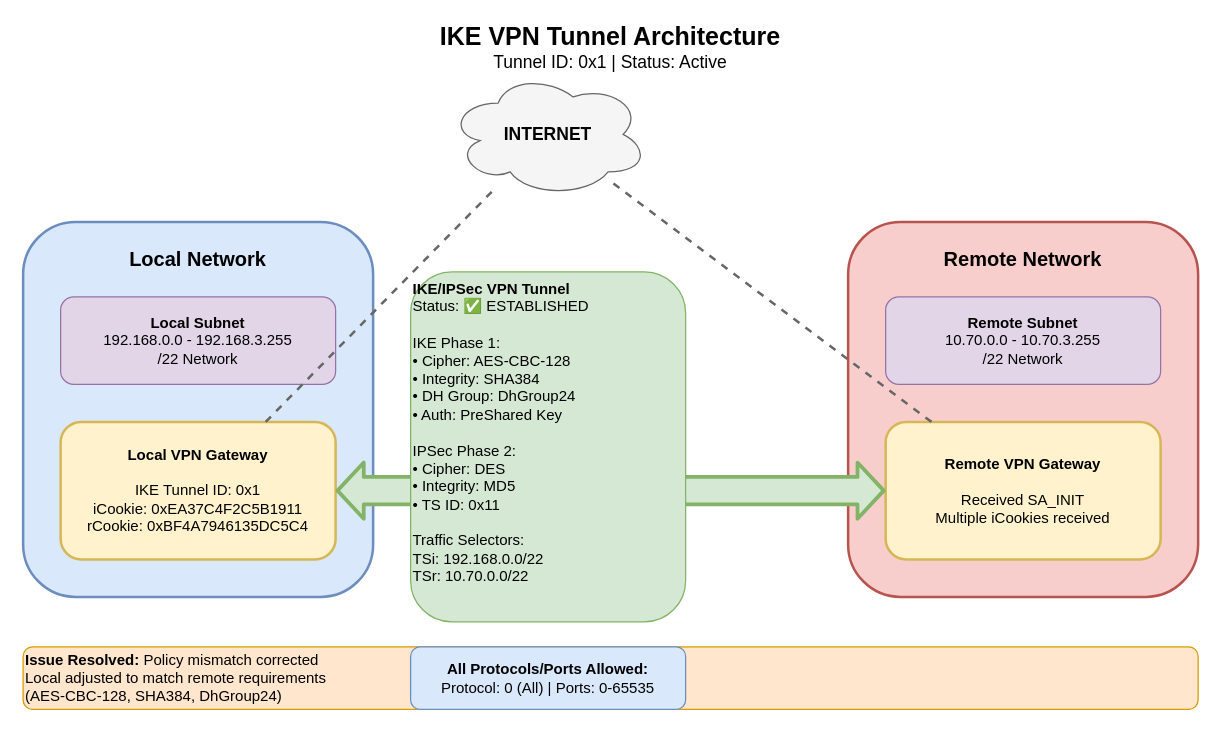
The draw.io diagram MEA Tech Community Day/Draw-IO/vpn-tunnel-diagram.drawio in WapoInc/my-code, before the edit. Source tidied: cells renumbered, new cells numbered last; positions are measured from the earlier drawing's top-left corner, leaving out a move shared by most shapes. Both pictures are drawn from the tidied source at 125%, with x=0, y=0 at pixel (22, 21).
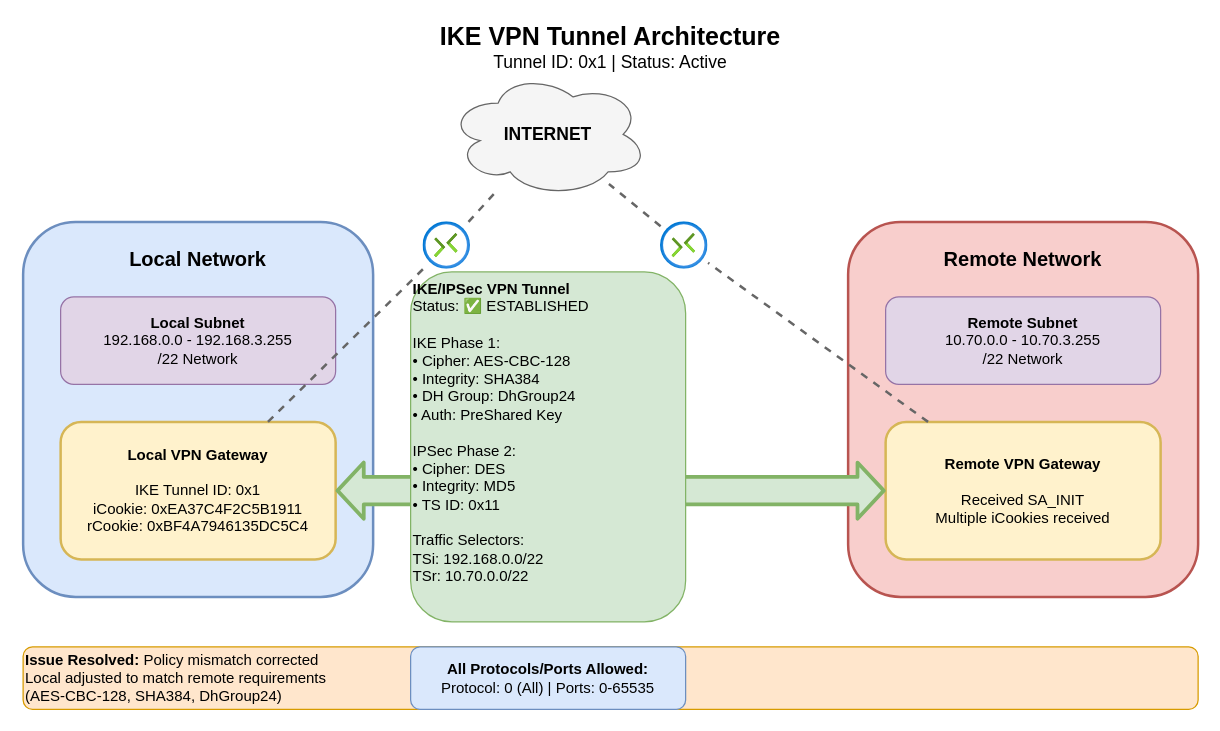
Above is the later version.

Unchanged cells that the change refers to:
```xml
<mxCell id="5" value="&lt;b&gt;Local VPN Gateway&lt;/b&gt;&lt;br&gt;&lt;br&gt;IKE Tunnel ID: 0x1&lt;br&gt;iCookie: 0xEA37C4F2C5B1911&lt;br&gt;rCookie: 0xBF4A7946135DC5C4" style="rounded=1;whiteSpace=wrap;html=1;fillColor=#fff2cc;strokeColor=#d6b656;strokeWidth=2;" parent="1" vertex="1">
  <mxGeometry x="30" y="320" width="220" height="110" as="geometry" />
</mxCell>
<mxCell id="9" value="&lt;b&gt;Remote VPN Gateway&lt;/b&gt;&lt;br&gt;&lt;br&gt;Received SA_INIT&lt;br&gt;Multiple iCookies received" style="rounded=1;whiteSpace=wrap;html=1;fillColor=#fff2cc;strokeColor=#d6b656;strokeWidth=2;" parent="1" vertex="1">
  <mxGeometry x="690" y="320" width="220" height="110" as="geometry" />
</mxCell>
<mxCell id="12" value="&lt;b&gt;INTERNET&lt;/b&gt;" style="ellipse;shape=cloud;whiteSpace=wrap;html=1;fillColor=#f5f5f5;strokeColor=#666666;fontSize=14;fontStyle=1;" parent="1" vertex="1">
  <mxGeometry x="340" y="40" width="160" height="100" as="geometry" />
</mxCell>
```

Change to the diagram source:
```diff
@@
-    <mxCell id="13" style="endArrow=none;html=1;strokeWidth=2;strokeColor=#666666;dashed=1;" parent="1" edge="1" source="5" target="12">
+    <mxCell id="13" style="endArrow=none;html=1;strokeWidth=2;strokeColor=#666666;dashed=1;" parent="1" edge="1" source="19" target="12">
       <mxGeometry relative="1" as="geometry" />
     </mxCell>
-    <mxCell id="14" style="endArrow=none;html=1;strokeWidth=2;strokeColor=#666666;dashed=1;" parent="1" edge="1" source="9" target="12">
+    <mxCell id="14" style="endArrow=none;html=1;strokeWidth=2;strokeColor=#666666;dashed=1;" parent="1" edge="1" source="21" target="12">
       <mxGeometry relative="1" as="geometry" />
     </mxCell>
@@
+    <mxCell id="18" style="endArrow=none;html=1;strokeWidth=2;strokeColor=#666666;dashed=1;" parent="1" edge="1" source="5" target="19">
+      <mxGeometry relative="1" as="geometry" />
+    </mxCell>
+    <mxCell id="19" style="image;html=1;points=[];align=center;fontSize=12;image=img/lib/azure2/networking/Connections.svg;" parent="1" vertex="1">
+      <mxGeometry x="320" y="160" width="38" height="38" as="geometry" />
+    </mxCell>
+    <mxCell id="20" style="endArrow=none;html=1;strokeWidth=2;strokeColor=#666666;dashed=1;" parent="1" edge="1" source="9" target="21">
+      <mxGeometry relative="1" as="geometry" />
+    </mxCell>
+    <mxCell id="21" style="image;html=1;points=[];align=center;fontSize=12;image=img/lib/azure2/networking/Connections.svg;" parent="1" vertex="1">
+      <mxGeometry x="510" y="160" width="38" height="38" as="geometry" />
+    </mxCell>
```
